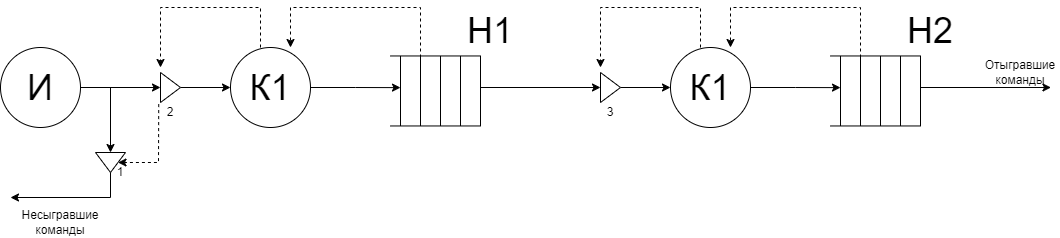
Earlier version of the draw.io export структурная схема модели.drawio.png (BelyaevIvan/IMDP_IU5-73B). Source tidied: cells renumbered, new cells last; positions are measured from the earlier drawing's top-left corner, leaving out a move shared by most shapes.
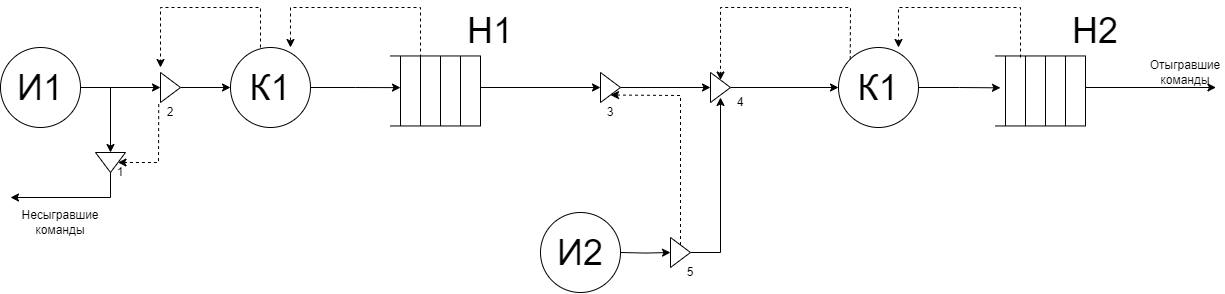
Above is the later version.

Diff of the diagram source:
```diff
@@ -5,7 +5,7 @@
     <mxCell id="2" style="edgeStyle=orthogonalEdgeStyle;rounded=0;jettySize=auto;html=1;" parent="1" edge="1" source="3" target="15">
       <mxGeometry relative="1" as="geometry" />
     </mxCell>
-    <mxCell id="3" value="&lt;font style=&quot;font-size: 36px;&quot;&gt;И&lt;/font&gt;" style="ellipse;whiteSpace=wrap;html=1;" parent="1" vertex="1">
+    <mxCell id="3" value="&lt;font style=&quot;font-size: 36px;&quot;&gt;И1&lt;/font&gt;" style="ellipse;whiteSpace=wrap;html=1;" parent="1" vertex="1">
       <mxGeometry y="40" width="80" height="80" as="geometry" />
     </mxCell>
     <mxCell id="4" style="edgeStyle=orthogonalEdgeStyle;rounded=0;jettySize=auto;html=1;exitX=1;exitY=0.5;exitDx=0;exitDy=0;" parent="1" edge="1" source="5">
@@ -115,60 +115,60 @@
         </Array>
       </mxGeometry>
     </mxCell>
-    <mxCell id="24" style="edgeStyle=orthogonalEdgeStyle;rounded=0;jettySize=auto;html=1;exitX=1;exitY=0.5;exitDx=0;exitDy=0;" parent="1" edge="1" source="25">
-      <mxGeometry relative="1" as="geometry">
-        <mxPoint x="840" y="80.1" as="targetPoint" />
-      </mxGeometry>
-    </mxCell>
+    <mxCell id="43" style="edgeStyle=orthogonalEdgeStyle;rounded=0;jettySize=auto;html=1;exitX=1;exitY=0.5;exitDx=0;exitDy=0;" parent="1" edge="1" source="25">
+      <mxGeometry relative="1" as="geometry">
+        <mxPoint x="1000" y="80.3" as="targetPoint" />
+      </mxGeometry>
+    </mxCell>
     <mxCell id="25" value="&lt;font style=&quot;font-size: 36px;&quot;&gt;К1&lt;/font&gt;" style="ellipse;whiteSpace=wrap;html=1;" parent="1" vertex="1">
-      <mxGeometry x="670" y="40" width="80" height="80" as="geometry" />
+      <mxGeometry x="838" y="40" width="80" height="80" as="geometry" />
     </mxCell>
     <mxCell id="26" style="endArrow=none;html=1;rounded=0;" parent="1" edge="1">
       <mxGeometry relative="1" as="geometry">
-        <mxPoint x="830" y="48.5" as="sourcePoint" />
-        <mxPoint x="920" y="48.5" as="targetPoint" />
+        <mxPoint x="995" y="48.5" as="sourcePoint" />
+        <mxPoint x="1085" y="48.5" as="targetPoint" />
       </mxGeometry>
     </mxCell>
     <mxCell id="27" style="endArrow=none;html=1;rounded=0;" parent="1" edge="1">
       <mxGeometry relative="1" as="geometry">
-        <mxPoint x="920" y="118.5" as="sourcePoint" />
-        <mxPoint x="920" y="48.5" as="targetPoint" />
+        <mxPoint x="1085" y="118.5" as="sourcePoint" />
+        <mxPoint x="1085" y="48.5" as="targetPoint" />
       </mxGeometry>
     </mxCell>
     <mxCell id="28" style="endArrow=none;html=1;rounded=0;" parent="1" edge="1">
       <mxGeometry relative="1" as="geometry">
-        <mxPoint x="830" y="118.5" as="sourcePoint" />
-        <mxPoint x="920" y="118.5" as="targetPoint" />
+        <mxPoint x="995" y="118.5" as="sourcePoint" />
+        <mxPoint x="1085" y="118.5" as="targetPoint" />
       </mxGeometry>
     </mxCell>
     <mxCell id="29" style="endArrow=none;html=1;rounded=0;" parent="1" edge="1">
       <mxGeometry relative="1" as="geometry">
-        <mxPoint x="900" y="48.5" as="sourcePoint" />
-        <mxPoint x="900" y="118.5" as="targetPoint" />
+        <mxPoint x="1065" y="48.5" as="sourcePoint" />
+        <mxPoint x="1065" y="118.5" as="targetPoint" />
       </mxGeometry>
     </mxCell>
     <mxCell id="30" style="endArrow=none;html=1;rounded=0;" parent="1" edge="1">
       <mxGeometry relative="1" as="geometry">
-        <mxPoint x="880" y="48.5" as="sourcePoint" />
-        <mxPoint x="880" y="118.5" as="targetPoint" />
+        <mxPoint x="1045" y="48.5" as="sourcePoint" />
+        <mxPoint x="1045" y="118.5" as="targetPoint" />
       </mxGeometry>
     </mxCell>
     <mxCell id="31" style="endArrow=none;html=1;rounded=0;" parent="1" edge="1">
       <mxGeometry relative="1" as="geometry">
-        <mxPoint x="860" y="48.5" as="sourcePoint" />
-        <mxPoint x="860" y="118.5" as="targetPoint" />
+        <mxPoint x="1025" y="48.5" as="sourcePoint" />
+        <mxPoint x="1025" y="118.5" as="targetPoint" />
       </mxGeometry>
     </mxCell>
     <mxCell id="32" style="endArrow=none;html=1;rounded=0;" parent="1" edge="1">
       <mxGeometry relative="1" as="geometry">
-        <mxPoint x="840" y="48.5" as="sourcePoint" />
-        <mxPoint x="840" y="118.5" as="targetPoint" />
+        <mxPoint x="1005" y="48.5" as="sourcePoint" />
+        <mxPoint x="1005" y="118.5" as="targetPoint" />
       </mxGeometry>
     </mxCell>
     <mxCell id="33" value="&lt;font style=&quot;font-size: 36px;&quot;&gt;Н2&lt;/font&gt;" style="text;html=1;strokeColor=none;fillColor=none;align=center;verticalAlign=middle;whiteSpace=wrap;rounded=0;" parent="1" vertex="1">
-      <mxGeometry x="900" y="8.5" width="60" height="30" as="geometry" />
+      <mxGeometry x="1065" y="8.5" width="60" height="30" as="geometry" />
     </mxCell>
-    <mxCell id="34" style="edgeStyle=orthogonalEdgeStyle;rounded=0;jettySize=auto;html=1;exitX=1;exitY=0.5;exitDx=0;exitDy=0;entryX=0;entryY=0.5;entryDx=0;entryDy=0;" parent="1" edge="1" source="35" target="25">
+    <mxCell id="34" style="edgeStyle=orthogonalEdgeStyle;rounded=0;jettySize=auto;html=1;exitX=1;exitY=0.5;exitDx=0;exitDy=0;entryX=0;entryY=0.5;entryDx=0;entryDy=0;" parent="1" edge="1" source="47" target="25">
       <mxGeometry relative="1" as="geometry" />
     </mxCell>
     <mxCell id="35" style="triangle;whiteSpace=wrap;html=1;" parent="1" vertex="1">
@@ -179,20 +179,18 @@
     </mxCell>
     <mxCell id="37" style="endArrow=classic;html=1;rounded=0;entryX=0.75;entryY=0;entryDx=0;entryDy=0;entryPerimeter=0;dashed=1;" parent="1" edge="1" target="25">
       <mxGeometry relative="1" as="geometry">
-        <mxPoint x="860" y="50" as="sourcePoint" />
+        <mxPoint x="1020" y="50" as="sourcePoint" />
         <Array as="points">
-          <mxPoint x="860" />
-          <mxPoint x="730" />
+          <mxPoint x="1020" />
+          <mxPoint x="898" />
         </Array>
       </mxGeometry>
     </mxCell>
-    <mxCell id="38" style="endArrow=classic;html=1;rounded=0;dashed=1;" parent="1" edge="1">
+    <mxCell id="38" style="endArrow=classic;html=1;rounded=0;dashed=1;exitX=0;exitY=0;exitDx=0;exitDy=0;entryX=0.5;entryY=0;entryDx=0;entryDy=0;" parent="1" edge="1" source="25" target="47">
       <mxGeometry relative="1" as="geometry">
-        <mxPoint x="700" y="40" as="sourcePoint" />
-        <mxPoint x="600" y="60" as="targetPoint" />
         <Array as="points">
-          <mxPoint x="700" />
-          <mxPoint x="600" />
+          <mxPoint x="850" />
+          <mxPoint x="720" />
         </Array>
       </mxGeometry>
     </mxCell>
@@ -203,15 +201,49 @@
     </mxCell>
     <mxCell id="40" style="endArrow=classic;html=1;rounded=0;" parent="1" edge="1">
       <mxGeometry relative="1" as="geometry">
-        <mxPoint x="920" y="80" as="sourcePoint" />
-        <mxPoint x="1050.5" y="80" as="targetPoint" />
+        <mxPoint x="1085" y="80" as="sourcePoint" />
+        <mxPoint x="1215.5" y="80" as="targetPoint" />
       </mxGeometry>
     </mxCell>
     <mxCell id="41" value="Несыгравшие команды" style="text;html=1;strokeColor=none;fillColor=none;align=center;verticalAlign=middle;whiteSpace=wrap;rounded=0;" parent="1" vertex="1">
       <mxGeometry x="30" y="200" width="60" height="30" as="geometry" />
     </mxCell>
     <mxCell id="42" value="Отыгравшие команды" style="text;html=1;strokeColor=none;fillColor=none;align=center;verticalAlign=middle;whiteSpace=wrap;rounded=0;" parent="1" vertex="1">
-      <mxGeometry x="990" y="50" width="60" height="30" as="geometry" />
+      <mxGeometry x="1155" y="50" width="60" height="30" as="geometry" />
     </mxCell>
+    <mxCell id="44" style="edgeStyle=orthogonalEdgeStyle;rounded=0;jettySize=auto;html=1;exitX=1;exitY=0.5;exitDx=0;exitDy=0;entryX=0.5;entryY=0.833;entryDx=0;entryDy=0;entryPerimeter=0;" parent="1" edge="1" source="50" target="47">
+      <mxGeometry relative="1" as="geometry" />
+    </mxCell>
+    <mxCell id="45" value="&lt;font style=&quot;font-size: 36px;&quot;&gt;И2&lt;/font&gt;" style="ellipse;whiteSpace=wrap;html=1;" parent="1" vertex="1">
+      <mxGeometry x="540" y="205" width="80" height="80" as="geometry" />
+    </mxCell>
+    <mxCell id="46" style="edgeStyle=orthogonalEdgeStyle;rounded=0;jettySize=auto;html=1;exitX=1;exitY=0.5;exitDx=0;exitDy=0;entryX=0;entryY=0.5;entryDx=0;entryDy=0;" parent="1" edge="1" source="35" target="47">
+      <mxGeometry relative="1" as="geometry" />
+    </mxCell>
+    <mxCell id="47" style="triangle;whiteSpace=wrap;html=1;" parent="1" vertex="1">
+      <mxGeometry x="710" y="65" width="20" height="30" as="geometry" />
+    </mxCell>
+    <mxCell id="48" value="4" style="text;html=1;strokeColor=none;fillColor=none;align=center;verticalAlign=middle;whiteSpace=wrap;rounded=0;" parent="1" vertex="1">
+      <mxGeometry x="710" y="80" width="60" height="30" as="geometry" />
+    </mxCell>
+    <mxCell id="49" style="edgeStyle=orthogonalEdgeStyle;rounded=0;jettySize=auto;html=1;exitX=1;exitY=0.5;exitDx=0;exitDy=0;entryX=0;entryY=0.5;entryDx=0;entryDy=0;" parent="1" edge="1" target="50">
+      <mxGeometry relative="1" as="geometry">
+        <mxPoint x="620" y="245" as="sourcePoint" />
+      </mxGeometry>
+    </mxCell>
+    <mxCell id="50" style="triangle;whiteSpace=wrap;html=1;" parent="1" vertex="1">
+      <mxGeometry x="670" y="230" width="20" height="30" as="geometry" />
+    </mxCell>
+    <mxCell id="51" value="5" style="text;html=1;strokeColor=none;fillColor=none;align=center;verticalAlign=middle;whiteSpace=wrap;rounded=0;" parent="1" vertex="1">
+      <mxGeometry x="660" y="250" width="60" height="30" as="geometry" />
+    </mxCell>
+    <mxCell id="52" style="endArrow=classic;html=1;rounded=0;dashed=1;exitX=0.5;exitY=0;exitDx=0;exitDy=0;entryX=0.5;entryY=1;entryDx=0;entryDy=0;" parent="1" edge="1" source="50" target="35">
+      <mxGeometry relative="1" as="geometry">
+        <Array as="points">
+          <mxPoint x="680" y="160" />
+          <mxPoint x="680" y="88" />
+        </Array>
+      </mxGeometry>
+    </mxCell>
   </root>
 </mxGraphModel>
```
